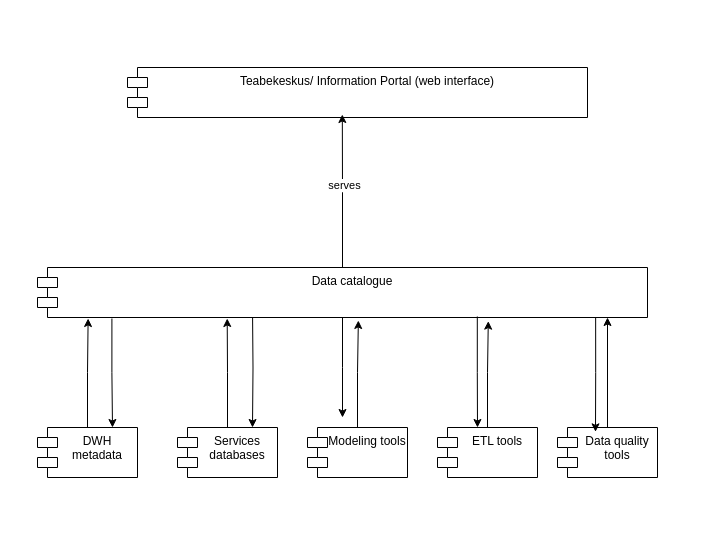
Earlier version of the draw.io diagram Simplified_architecture.drawio (Scharlett/thesis_metamodel). Source tidied: cells renumbered, new cells numbered last; positions are measured from the earlier drawing's top-left corner, leaving out a move shared by most shapes. Both pictures are drawn from the tidied source at 100%, with x=0, y=0 at pixel (37, 67).
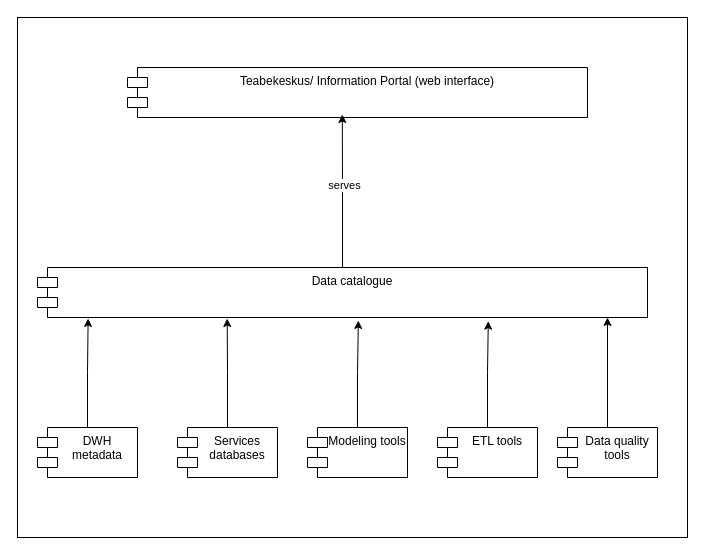
The same page after the edit.

The change refers to these unchanged cells:
```xml
<mxCell id="6" value="Data catalogue" style="shape=module;align=left;spacingLeft=20;align=center;verticalAlign=top;whiteSpace=wrap;html=1;" parent="1" vertex="1">
  <mxGeometry y="200" width="610" height="50" as="geometry" />
</mxCell>
<mxCell id="7" value="DWH metadata" style="shape=module;align=left;spacingLeft=20;align=center;verticalAlign=top;whiteSpace=wrap;html=1;" parent="1" vertex="1">
  <mxGeometry y="360" width="100" height="50" as="geometry" />
</mxCell>
<mxCell id="8" value="Services databases" style="shape=module;align=left;spacingLeft=20;align=center;verticalAlign=top;whiteSpace=wrap;html=1;" parent="1" vertex="1">
  <mxGeometry x="140" y="360" width="100" height="50" as="geometry" />
</mxCell>
<mxCell id="10" value="ETL tools" style="shape=module;align=left;spacingLeft=20;align=center;verticalAlign=top;whiteSpace=wrap;html=1;" parent="1" vertex="1">
  <mxGeometry x="400" y="360" width="100" height="50" as="geometry" />
</mxCell>
<mxCell id="11" value="Data quality tools" style="shape=module;align=left;spacingLeft=20;align=center;verticalAlign=top;whiteSpace=wrap;html=1;" parent="1" vertex="1">
  <mxGeometry x="520" y="360" width="100" height="50" as="geometry" />
</mxCell>
```

Diff of the diagram source:
```diff
@@
+    <mxCell id="21" style="rounded=0;whiteSpace=wrap;html=1;" parent="1" vertex="1">
+      <mxGeometry x="-20" y="-50" width="670" height="520" as="geometry" />
+    </mxCell>
@@
-    <mxCell id="3" style="edgeStyle=orthogonalEdgeStyle;rounded=0;jettySize=auto;html=1;entryX=0.75;entryY=0;entryDx=0;entryDy=0;exitX=0.122;exitY=1.02;exitDx=0;exitDy=0;exitPerimeter=0;" parent="1" edge="1" source="6" target="7">
-      <mxGeometry relative="1" as="geometry" />
-    </mxCell>
-    <mxCell id="4" style="edgeStyle=orthogonalEdgeStyle;rounded=0;jettySize=auto;html=1;entryX=0.75;entryY=0;entryDx=0;entryDy=0;" parent="1" edge="1" target="8">
-      <mxGeometry relative="1" as="geometry">
-        <mxPoint x="215" y="240" as="sourcePoint" />
-      </mxGeometry>
-    </mxCell>
-    <mxCell id="5" style="edgeStyle=orthogonalEdgeStyle;rounded=0;jettySize=auto;html=1;" parent="1" edge="1" source="6">
-      <mxGeometry relative="1" as="geometry">
-        <mxPoint x="305" y="350" as="targetPoint" />
-      </mxGeometry>
-    </mxCell>
@@
-    <mxCell id="19" style="edgeStyle=orthogonalEdgeStyle;rounded=0;jettySize=auto;html=1;entryX=0.4;entryY=0;entryDx=0;entryDy=0;entryPerimeter=0;exitX=0.721;exitY=0.98;exitDx=0;exitDy=0;exitPerimeter=0;" parent="1" edge="1" source="6" target="10">
-      <mxGeometry relative="1" as="geometry" />
-    </mxCell>
-    <mxCell id="20" style="edgeStyle=orthogonalEdgeStyle;rounded=0;jettySize=auto;html=1;entryX=0.38;entryY=0.087;entryDx=0;entryDy=0;entryPerimeter=0;exitX=0.915;exitY=1;exitDx=0;exitDy=0;exitPerimeter=0;" parent="1" edge="1" source="6" target="11">
-      <mxGeometry relative="1" as="geometry" />
-    </mxCell>
```
